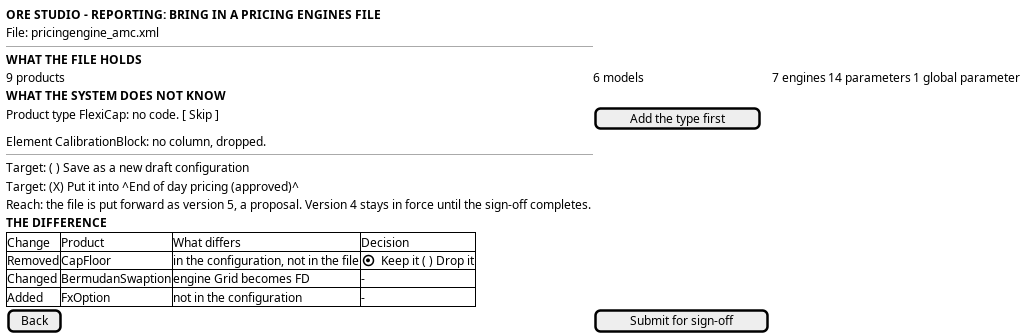
This is doc/knowledge/journeys/reporting/wireframe_bring_in_a_pricing_engines_file.png from OreStudio/OreStudio, a PlantUML export, as it was before one commit. Its source is kept beside it as doc/knowledge/journeys/reporting/wireframe_bring_in_a_pricing_engines_file.puml.
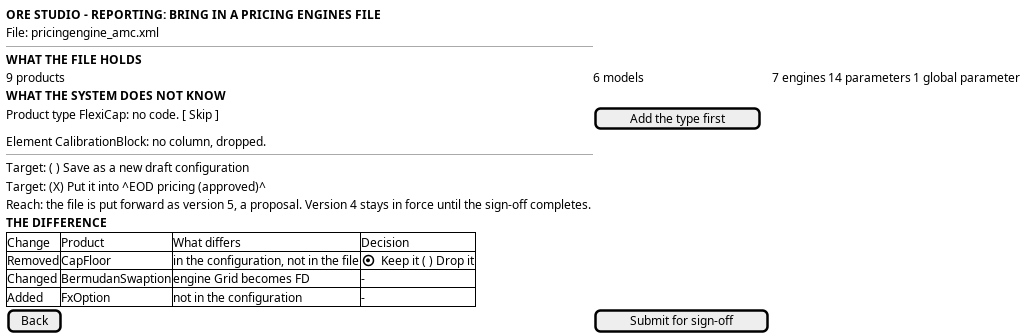
Later version of the same file.

Change to the diagram source:
```diff
@@ -12,7 +12,7 @@
   Element CalibrationBlock: no column, dropped.
   --
   Target: ( ) Save as a new draft configuration
-  Target: (X) Put it into ^End of day pricing (approved)^
+  Target: (X) Put it into ^EOD pricing (approved)^
   Reach: the file is put forward as version 5, a proposal. Version 4 stays in force until the sign-off completes.
   <b>THE DIFFERENCE</b>
   {#
```
